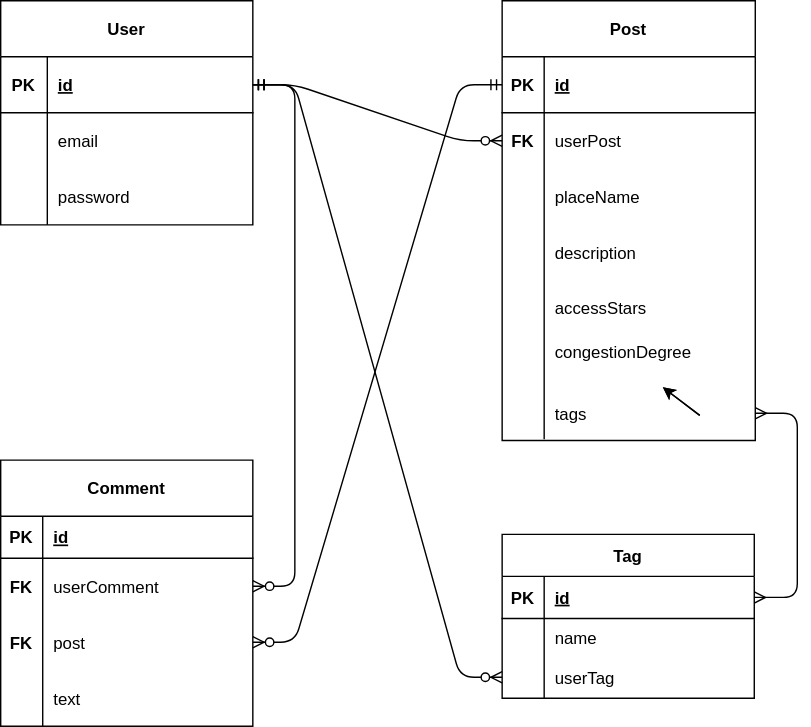
kousei1015/react_django keeps this draw.io diagram as er-piture.drawio.svg. Above is the earlier version. Source tidied: cells renumbered, new cells last; positions are measured from the earlier drawing's top-left corner, leaving out a move shared by most shapes.
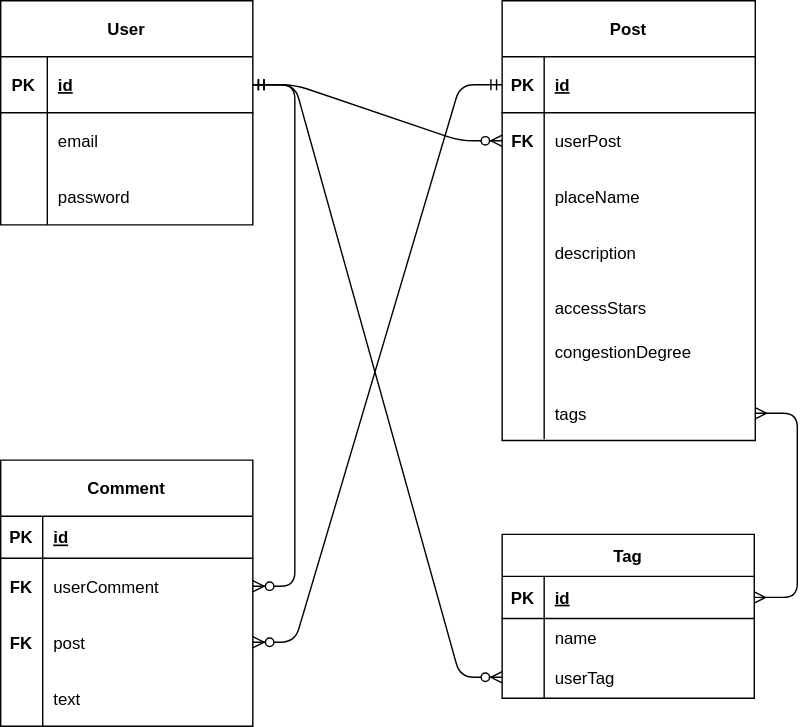
After the commit.

Diff of the diagram source:
```diff
@@ -176,16 +176,6 @@
     <mxCell id="59" value="userTag" style="shape=partialRectangle;fillColor=none;top=0;left=0;bottom=0;right=0;align=left;spacingLeft=6;overflow=hidden;fontColor=#000000;" parent="57" vertex="1">
       <mxGeometry x="30" width="150" height="30" as="geometry" />
     </mxCell>
-    <mxCell id="60" style="edgeStyle=none;html=1;fontColor=#000000;" parent="1" edge="1" target="28">
-      <mxGeometry relative="1" as="geometry">
-        <mxPoint x="499.1" y="296" as="sourcePoint" />
-      </mxGeometry>
-    </mxCell>
-    <mxCell id="61" style="edgeStyle=none;html=1;fontColor=#000000;" parent="1" edge="1" target="28">
-      <mxGeometry relative="1" as="geometry">
-        <mxPoint x="499.1" y="296" as="sourcePoint" />
-      </mxGeometry>
-    </mxCell>
     <mxCell id="62" style="edgeStyle=entityRelationEdgeStyle;fontSize=12;html=1;endArrow=ERzeroToMany;startArrow=ERmandOne;fontColor=#000000;exitX=1;exitY=0.5;exitDx=0;exitDy=0;strokeColor=#000000;entryX=0;entryY=0.5;entryDx=0;entryDy=0;" parent="1" edge="1" source="3" target="57">
       <mxGeometry relative="1" as="geometry" />
     </mxCell>
```
